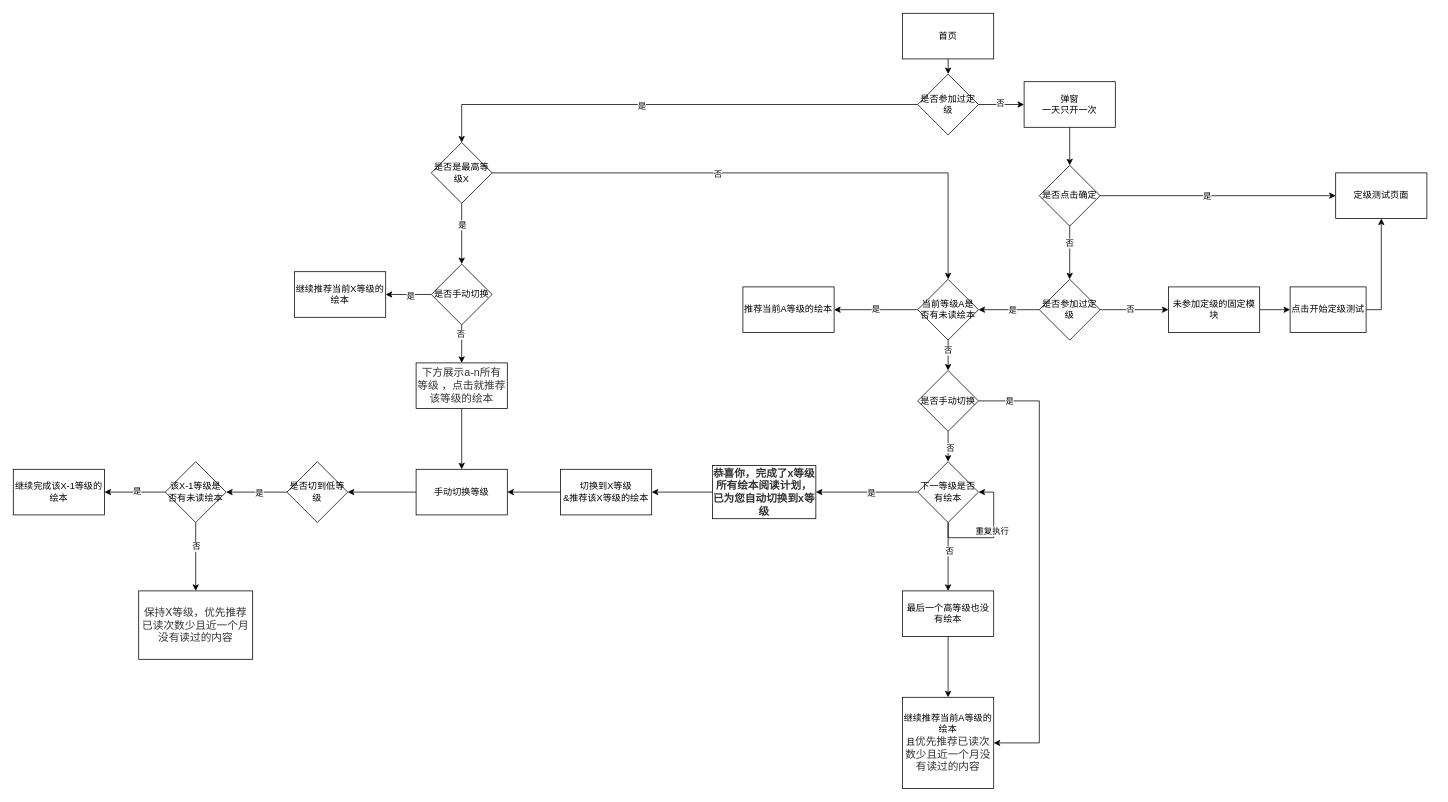
The draw.io diagram 绘本.drawio in anxiaok/flowChart, before the edit. Source tidied: cells renumbered, new cells numbered last; positions are measured from the earlier drawing's top-left corner, leaving out a move shared by most shapes. Both pictures are drawn from the tidied source at 76%, with x=0, y=0 at pixel (13, 13).
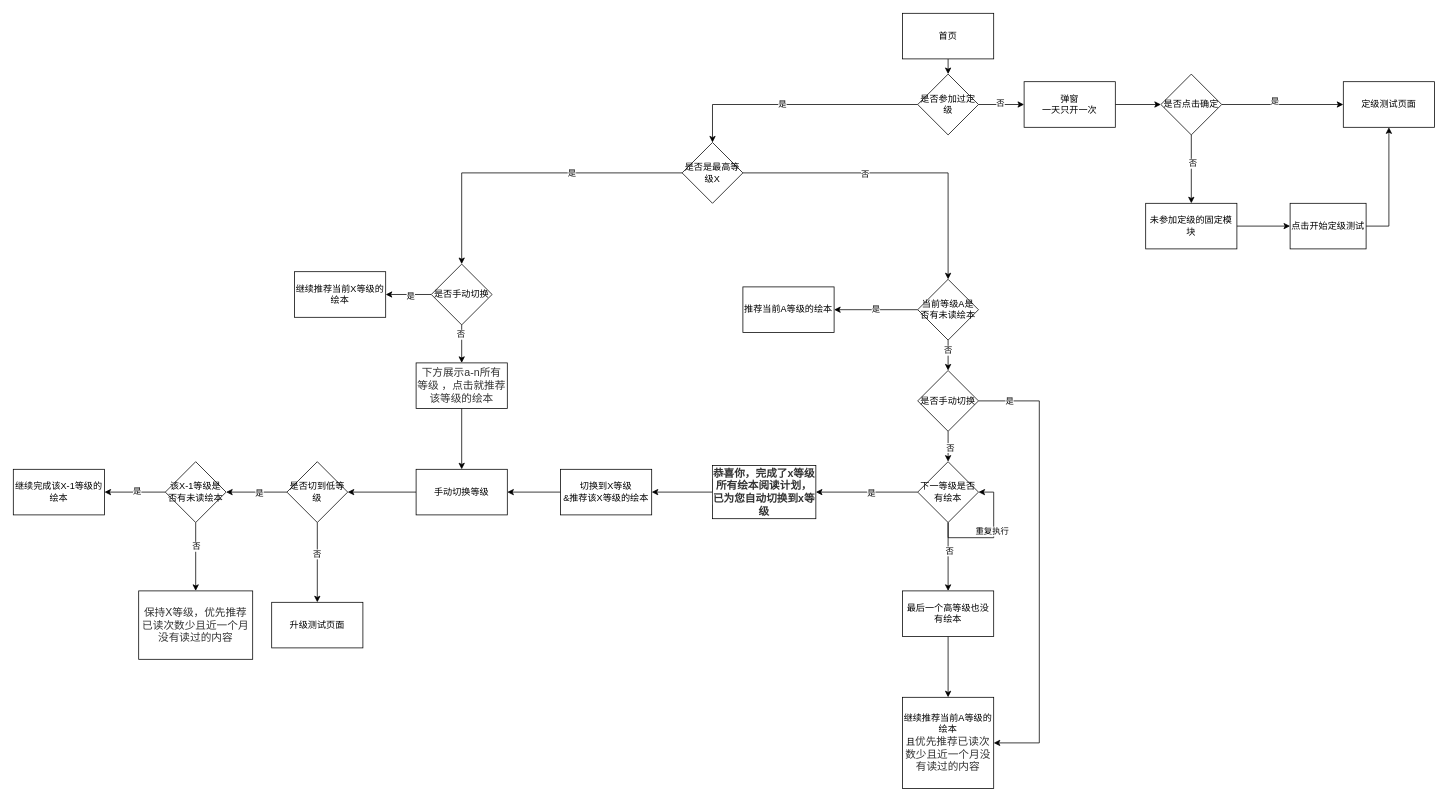
After the change.

The change refers to these unchanged cells:
```xml
<mxCell id="8" value="是否参加过定级" style="rhombus;whiteSpace=wrap;html=1;" parent="1" vertex="1">
  <mxGeometry x="1190" y="80" width="80" height="80" as="geometry" />
</mxCell>
<mxCell id="10" value="弹窗&lt;br&gt;一天只开一次" style="whiteSpace=wrap;html=1;" parent="1" vertex="1">
  <mxGeometry x="1330" y="90" width="120" height="60" as="geometry" />
</mxCell>
<mxCell id="13" style="edgeStyle=orthogonalEdgeStyle;rounded=0;jettySize=auto;html=1;exitX=1;exitY=0.5;exitDx=0;exitDy=0;entryX=0;entryY=0.5;entryDx=0;entryDy=0;" parent="1" edge="1" source="15" target="25">
  <mxGeometry relative="1" as="geometry" />
</mxCell>
<mxCell id="29" value="当前等级A是否有未读绘本" style="rhombus;whiteSpace=wrap;html=1;" parent="1" vertex="1">
  <mxGeometry x="1190" y="350" width="80" height="80" as="geometry" />
</mxCell>
<mxCell id="49" value="是否切到低等级" style="rhombus;whiteSpace=wrap;html=1;" parent="1" vertex="1">
  <mxGeometry x="360" y="590" width="80" height="80" as="geometry" />
</mxCell>
<mxCell id="58" style="edgeStyle=orthogonalEdgeStyle;rounded=0;jettySize=auto;html=1;exitX=1;exitY=0.5;exitDx=0;exitDy=0;entryX=0.5;entryY=0;entryDx=0;entryDy=0;" parent="1" edge="1" source="60" target="29">
  <mxGeometry relative="1" as="geometry" />
</mxCell>
```

Change to the diagram source:
```diff
@@
-    <mxCell id="6" style="edgeStyle=orthogonalEdgeStyle;rounded=0;jettySize=auto;html=1;exitX=0;exitY=0.5;exitDx=0;exitDy=0;entryX=0.5;entryY=0;entryDx=0;entryDy=0;" parent="1" edge="1" source="8" target="60">
+    <mxCell id="6" style="edgeStyle=orthogonalEdgeStyle;rounded=0;jettySize=auto;html=1;exitX=0;exitY=0.5;exitDx=0;exitDy=0;" parent="1" edge="1" source="8" target="60">
       <mxGeometry relative="1" as="geometry" />
     </mxCell>
-    <mxCell id="7" value="是" style="edgeLabel;html=1;align=center;verticalAlign=middle;" parent="6" vertex="1">
-      <mxGeometry x="0.12" y="2" relative="1" as="geometry" />
-    </mxCell>
+    <mxCell id="75" value="是" style="edgeLabel;html=1;align=center;verticalAlign=middle;" parent="6" vertex="1">
+      <mxGeometry x="0.12" y="-1" relative="1" as="geometry" />
+    </mxCell>
@@
-    <mxCell id="9" style="edgeStyle=orthogonalEdgeStyle;rounded=0;jettySize=auto;html=1;exitX=0.5;exitY=1;exitDx=0;exitDy=0;entryX=0.5;entryY=0;entryDx=0;entryDy=0;" parent="1" edge="1" source="10" target="15">
+    <mxCell id="9" style="edgeStyle=orthogonalEdgeStyle;rounded=0;jettySize=auto;html=1;exitX=1;exitY=0.5;exitDx=0;exitDy=0;entryX=0;entryY=0.5;entryDx=0;entryDy=0;" parent="1" edge="1" source="10" target="15">
       <mxGeometry relative="1" as="geometry" />
     </mxCell>
@@
-    <mxCell id="11" style="edgeStyle=orthogonalEdgeStyle;rounded=0;jettySize=auto;html=1;" parent="1" edge="1" source="15" target="20">
-      <mxGeometry relative="1" as="geometry" />
-    </mxCell>
-    <mxCell id="12" value="否" style="edgeLabel;html=1;align=center;verticalAlign=middle;" parent="11" vertex="1">
-      <mxGeometry x="-0.38" y="-1" relative="1" as="geometry" />
-    </mxCell>
@@
-    <mxCell id="14" value="是" style="edgeLabel;html=1;align=center;verticalAlign=middle;" parent="13" vertex="1">
-      <mxGeometry x="-0.29" y="1" relative="1" as="geometry">
-        <mxPoint x="30" y="1" as="offset" />
-      </mxGeometry>
-    </mxCell>
+    <mxCell id="76" value="是" style="edgeLabel;html=1;align=center;verticalAlign=middle;" parent="13" vertex="1">
+      <mxGeometry x="-0.14" y="5" relative="1" as="geometry" />
+    </mxCell>
+    <mxCell id="77" style="edgeStyle=orthogonalEdgeStyle;rounded=0;jettySize=auto;html=1;exitX=0.5;exitY=1;exitDx=0;exitDy=0;entryX=0.5;entryY=0;entryDx=0;entryDy=0;" parent="1" edge="1" source="15" target="22">
+      <mxGeometry relative="1" as="geometry" />
+    </mxCell>
+    <mxCell id="78" value="否" style="edgeLabel;html=1;align=center;verticalAlign=middle;" parent="77" vertex="1">
+      <mxGeometry x="-0.17" y="1" relative="1" as="geometry" />
+    </mxCell>
     <mxCell id="15" value="是否点击确定" style="rhombus;whiteSpace=wrap;html=1;" parent="1" vertex="1">
-      <mxGeometry x="1350" y="200" width="80" height="80" as="geometry" />
+      <mxGeometry x="1510" y="80" width="80" height="80" as="geometry" />
     </mxCell>
-    <mxCell id="16" style="edgeStyle=orthogonalEdgeStyle;rounded=0;jettySize=auto;html=1;" parent="1" edge="1" source="20" target="22">
-      <mxGeometry relative="1" as="geometry" />
-    </mxCell>
-    <mxCell id="17" value="否" style="edgeLabel;html=1;align=center;verticalAlign=middle;" parent="16" vertex="1">
-      <mxGeometry x="-0.13" y="1" relative="1" as="geometry" />
-    </mxCell>
-    <mxCell id="18" style="edgeStyle=orthogonalEdgeStyle;rounded=0;jettySize=auto;html=1;entryX=1;entryY=0.5;entryDx=0;entryDy=0;" parent="1" edge="1" source="20" target="29">
-      <mxGeometry relative="1" as="geometry" />
-    </mxCell>
-    <mxCell id="19" value="是" style="edgeLabel;html=1;align=center;verticalAlign=middle;" parent="18" vertex="1">
-      <mxGeometry x="-0.1" relative="1" as="geometry" />
-    </mxCell>
-    <mxCell id="20" value="是否参加过定级" style="rhombus;whiteSpace=wrap;html=1;" parent="1" vertex="1">
-      <mxGeometry x="1350" y="350" width="80" height="80" as="geometry" />
-    </mxCell>
@@
     <mxCell id="22" value="未参加定级的固定模块" style="whiteSpace=wrap;html=1;" parent="1" vertex="1">
-      <mxGeometry x="1520" y="360" width="120" height="60" as="geometry" />
+      <mxGeometry x="1490" y="250" width="120" height="60" as="geometry" />
     </mxCell>
@@
     <mxCell id="24" value="点击开始定级测试" style="whiteSpace=wrap;html=1;" parent="1" vertex="1">
-      <mxGeometry x="1680" y="360" width="100" height="60" as="geometry" />
+      <mxGeometry x="1680" y="250" width="100" height="60" as="geometry" />
     </mxCell>
     <mxCell id="25" value="定级测试页面" style="whiteSpace=wrap;html=1;" parent="1" vertex="1">
-      <mxGeometry x="1740" y="210" width="120" height="60" as="geometry" />
+      <mxGeometry x="1750" y="90" width="120" height="60" as="geometry" />
     </mxCell>
@@
+    <mxCell id="79" style="edgeStyle=orthogonalEdgeStyle;rounded=0;jettySize=auto;html=1;entryX=0.5;entryY=0;entryDx=0;entryDy=0;" parent="1" edge="1" source="49" target="82">
+      <mxGeometry relative="1" as="geometry" />
+    </mxCell>
+    <mxCell id="80" value="否" style="edgeLabel;html=1;align=center;verticalAlign=middle;" parent="79" vertex="1">
+      <mxGeometry x="-0.22" y="-1" relative="1" as="geometry" />
+    </mxCell>
@@
-    <mxCell id="59" value="否" style="edgeLabel;html=1;align=center;verticalAlign=middle;" parent="58" vertex="1">
-      <mxGeometry x="-0.2" y="-1" relative="1" as="geometry" />
-    </mxCell>
+    <mxCell id="81" value="否" style="edgeLabel;html=1;align=center;verticalAlign=middle;" parent="58" vertex="1">
+      <mxGeometry x="-0.22" y="-1" relative="1" as="geometry" />
+    </mxCell>
     <mxCell id="60" value="是否是最高等级X" style="rhombus;whiteSpace=wrap;html=1;" parent="1" vertex="1">
-      <mxGeometry x="550" y="170" width="80" height="80" as="geometry" />
+      <mxGeometry x="880" y="170" width="80" height="80" as="geometry" />
     </mxCell>
@@
+    <mxCell id="82" value="升级测试页面" style="whiteSpace=wrap;html=1;" parent="1" vertex="1">
+      <mxGeometry x="340" y="775" width="120" height="60" as="geometry" />
+    </mxCell>
```
